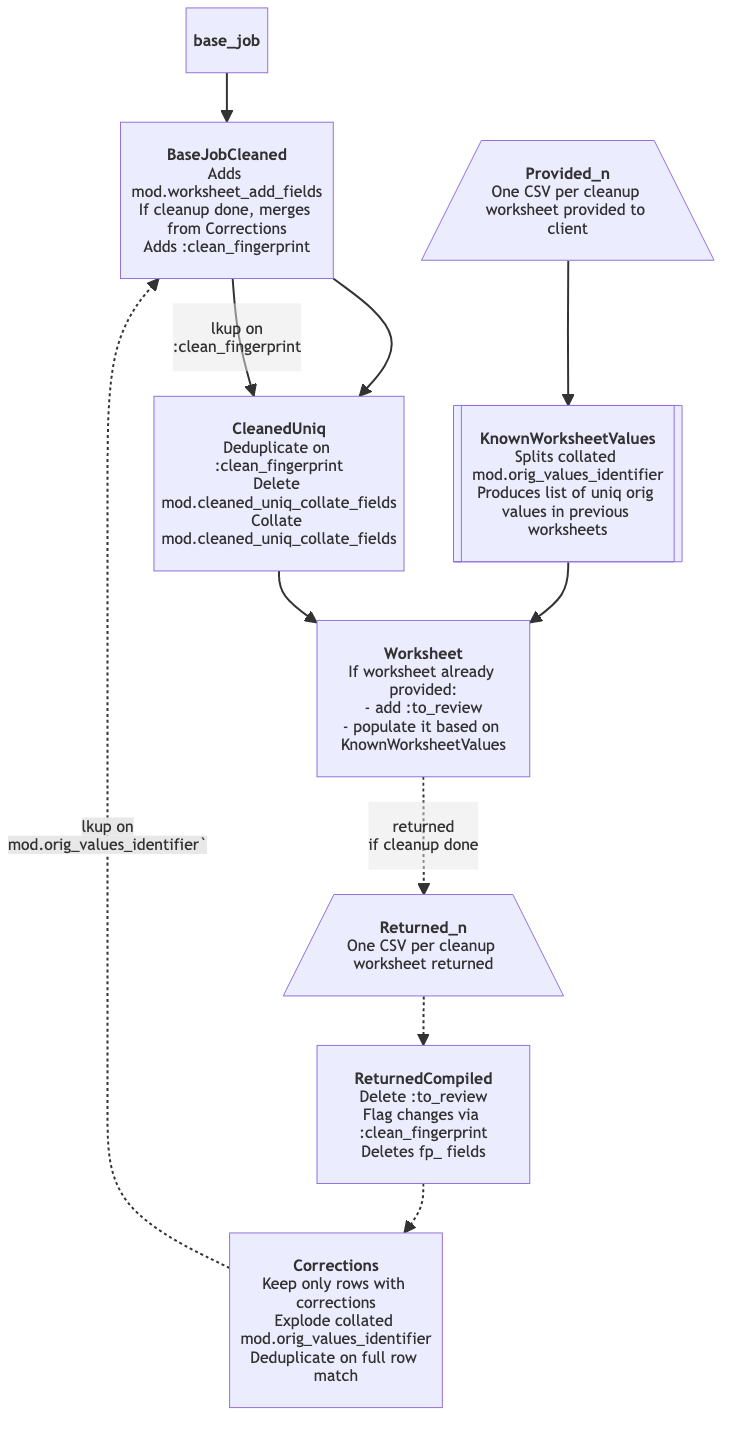
Earlier version of the Mermaid export doc/iterative_cleanup_flowchart.png (lyrasis/kiba-extend). Its source is kept beside it as doc/iterative_cleanup_flowchart.mmd.
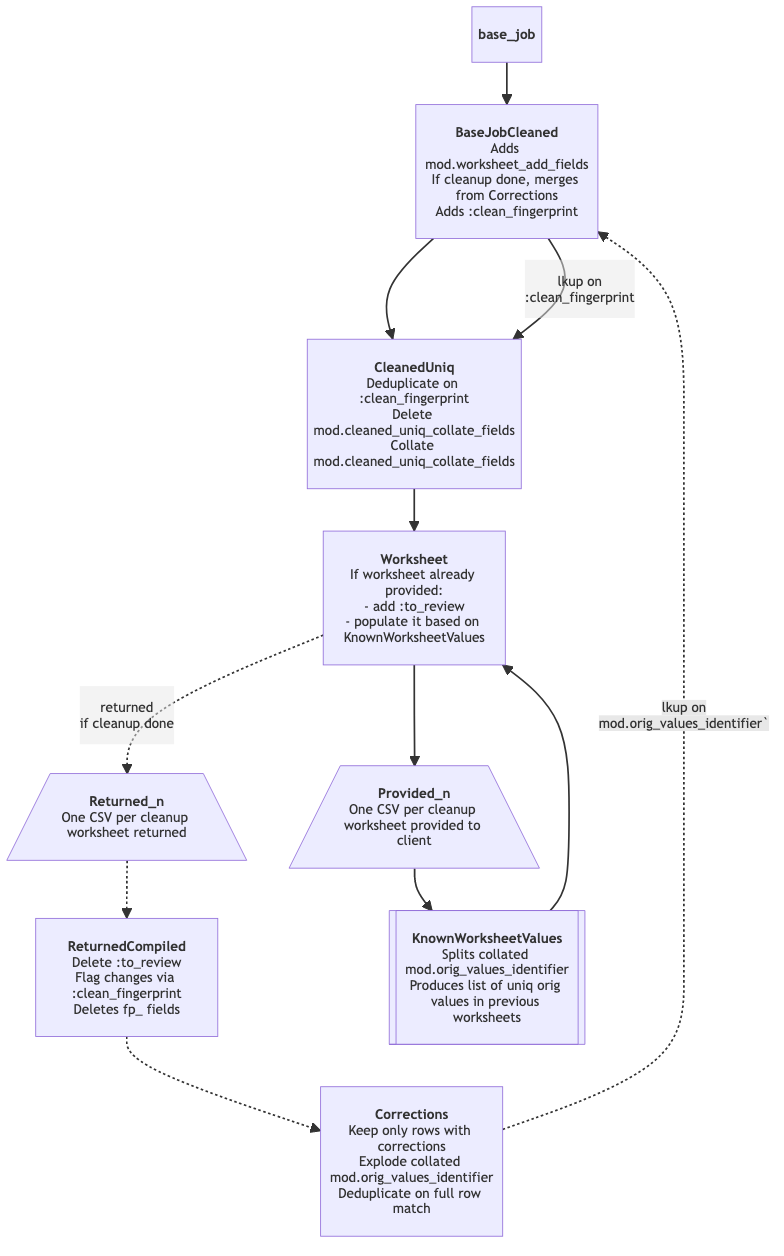
After the change.

What changed in the source:
```diff
@@ -61,6 +61,8 @@
 
     ReturnedCompiled-.->Corrections;
 
+    Worksheet-->Provided;
+
     Provided-->KnownWorksheetValues;
 
     KnownWorksheetValues-->Worksheet;
```
